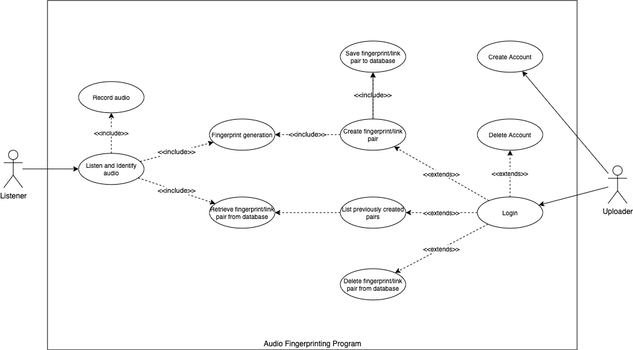
This is Diagrams/Use Case Diagram.png from gerald-lnj/audio-fingerprinting-fyp, a draw.io export, as it was before one commit. Source tidied: cells renumbered, new cells last; positions are measured from the earlier drawing's top-left corner, leaving out a move shared by most shapes.
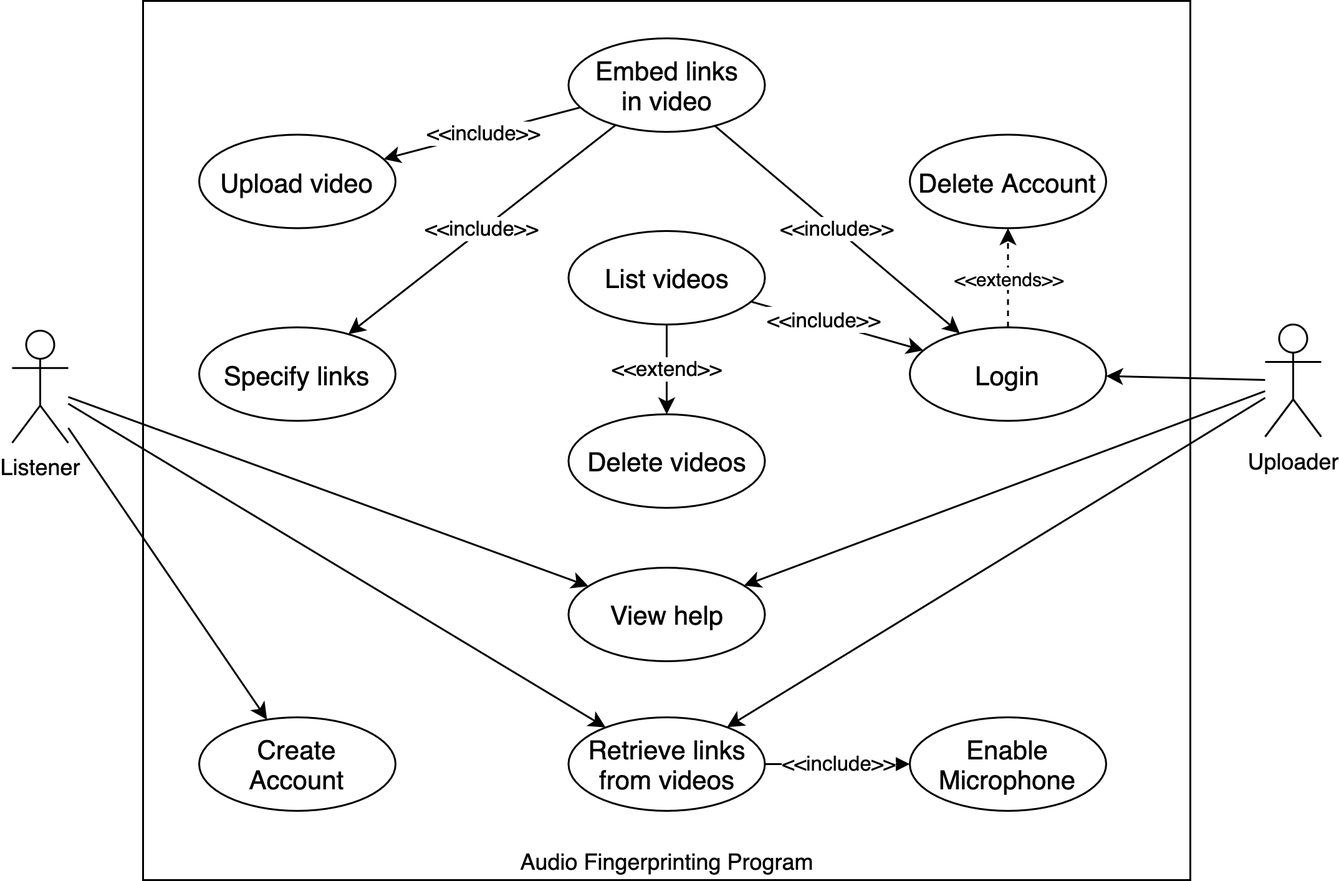
Above is the later version.

What changed in the source:
```diff
@@ -3,94 +3,91 @@
     <mxCell id="0" />
     <mxCell id="1" parent="0" />
     <mxCell id="2" value="Audio Fingerprinting Program" style="html=1;verticalAlign=bottom;" parent="1" vertex="1">
-      <mxGeometry x="69.7" y="0.3" width="850" height="560" as="geometry" />
+      <mxGeometry x="326" y="59" width="560" height="470" as="geometry" />
     </mxCell>
     <mxCell id="3" style="edgeStyle=none;rounded=0;jettySize=auto;html=1;" parent="1" edge="1" source="4" target="15">
       <mxGeometry relative="1" as="geometry" />
     </mxCell>
+    <mxCell id="32" style="edgeStyle=none;rounded=0;jettySize=auto;html=1;" parent="1" edge="1" source="4" target="46">
+      <mxGeometry relative="1" as="geometry" />
+    </mxCell>
+    <mxCell id="33" style="rounded=0;jettySize=auto;html=1;" parent="1" edge="1" source="4" target="20">
+      <mxGeometry relative="1" as="geometry" />
+    </mxCell>
-    <mxCell id="4" value="Listener" style="shape=umlActor;verticalLabelPosition=bottom;labelBackgroundColor=#ffffff;verticalAlign=top;html=1;" parent="1" vertex="1">
-      <mxGeometry x="-0.3" y="240.3" width="30" height="60" as="geometry" />
+    <mxCell id="4" value="Listener" style="shape=umlActor;verticalLabelPosition=bottom;labelBackgroundColor=none;verticalAlign=top;html=1;fillColor=#ffffff;" parent="1" vertex="1">
+      <mxGeometry x="256" y="235.3" width="30" height="60" as="geometry" />
     </mxCell>
-    <mxCell id="5" style="edgeStyle=none;rounded=0;jettySize=auto;html=1;" parent="1" edge="1" source="7" target="20">
-      <mxGeometry relative="1" as="geometry" />
-    </mxCell>
     <mxCell id="6" style="edgeStyle=none;rounded=0;jettySize=auto;html=1;fontSize=10;" parent="1" edge="1" source="7" target="31">
       <mxGeometry relative="1" as="geometry" />
     </mxCell>
+    <mxCell id="34" style="rounded=0;jettySize=auto;html=1;" parent="1" edge="1" source="7" target="15">
+      <mxGeometry relative="1" as="geometry" />
+    </mxCell>
+    <mxCell id="35" style="rounded=0;jettySize=auto;html=1;" parent="1" edge="1" source="7" target="46">
+      <mxGeometry relative="1" as="geometry" />
+    </mxCell>
-    <mxCell id="7" value="Uploader" style="shape=umlActor;verticalLabelPosition=bottom;labelBackgroundColor=#ffffff;verticalAlign=top;html=1;" parent="1" vertex="1">
-      <mxGeometry x="969.7" y="265.3" width="30" height="60" as="geometry" />
+    <mxCell id="7" value="Uploader" style="shape=umlActor;verticalLabelPosition=bottom;labelBackgroundColor=none;verticalAlign=top;html=1;fillColor=#ffffff;" parent="1" vertex="1">
+      <mxGeometry x="926" y="232" width="30" height="60" as="geometry" />
     </mxCell>
-    <mxCell id="8" value="&amp;lt;&amp;lt;include&amp;gt;&amp;gt;" style="edgeStyle=none;rounded=0;jettySize=auto;html=1;dashed=1;" parent="1" edge="1" source="10" target="16">
-      <mxGeometry relative="1" as="geometry" />
-    </mxCell>
-    <mxCell id="9" value="&amp;lt;&amp;lt;include&amp;gt;&amp;gt;" style="edgeStyle=none;rounded=0;jettySize=auto;html=1;dashed=1;" parent="1" edge="1" source="10" target="18">
-      <mxGeometry relative="1" as="geometry" />
-    </mxCell>
+    <mxCell id="36" value="&amp;lt;&amp;lt;include&amp;gt;&amp;gt;" style="edgeStyle=none;rounded=0;jettySize=auto;html=1;" parent="1" edge="1" source="10" target="31">
+      <mxGeometry relative="1" as="geometry" />
+    </mxCell>
+    <mxCell id="37" value="&amp;lt;&amp;lt;include&amp;gt;&amp;gt;" style="edgeStyle=none;rounded=0;jettySize=auto;html=1;" parent="1" edge="1" source="10" target="43">
+      <mxGeometry relative="1" as="geometry" />
+    </mxCell>
+    <mxCell id="38" value="&amp;lt;&amp;lt;include&amp;gt;&amp;gt;" style="edgeStyle=none;rounded=0;jettySize=auto;html=1;" parent="1" edge="1" source="10" target="44">
+      <mxGeometry relative="1" as="geometry" />
+    </mxCell>
-    <mxCell id="10" value="Create fingerprint/link pair" style="ellipse;whiteSpace=wrap;html=1;fontSize=10;" parent="1" vertex="1">
-      <mxGeometry x="539.7" y="190.3" width="105" height="50" as="geometry" />
+    <mxCell id="10" value="Embed links&lt;br style=&quot;font-size: 14px;&quot;&gt;in video" style="ellipse;whiteSpace=wrap;html=1;fontSize=14;" parent="1" vertex="1">
+      <mxGeometry x="553.5" y="79" width="105" height="50" as="geometry" />
     </mxCell>
-    <mxCell id="11" value="&amp;lt;&amp;lt;include&amp;gt;&amp;gt;" style="rounded=0;jettySize=auto;html=1;dashed=1;" parent="1" edge="1" source="15" target="16">
-      <mxGeometry relative="1" as="geometry" />
-    </mxCell>
-    <mxCell id="12" value="&amp;lt;&amp;lt;include&amp;gt;&amp;gt;" style="edgeStyle=none;rounded=0;jettySize=auto;html=1;dashed=1;" parent="1" edge="1" source="15" target="19">
-      <mxGeometry relative="1" as="geometry" />
-    </mxCell>
-    <mxCell id="13" value="&lt;span style=&quot;color: rgba(0 , 0 , 0 , 0) ; font-family: monospace ; font-size: 0px ; background-color: rgb(248 , 249 , 250)&quot;&gt;%3CmxGraphModel%3E%3Croot%3E%3CmxCell%20id%3D%220%22%2F%3E%3CmxCell%20id%3D%221%22%20parent%3D%220%22%2F%3E%3CmxCell%20id%3D%222%22%20value%3D%22Save%20metadata%20to%20database%22%20style%3D%22ellipse%3BwhiteSpace%3Dwrap%3Bhtml%3D1%3B%22%20vertex%3D%221%22%20parent%3D%221%22%3E%3CmxGeometry%20x%3D%22460%22%20y%3D%22190%22%20width%3D%22105%22%20height%3D%2250%22%20as%3D%22geometry%22%2F%3E%3C%2FmxCell%3E%3C%2Froot%3E%3C%2FmxGraphModel%3E&lt;/span&gt;&lt;span style=&quot;color: rgba(0 , 0 , 0 , 0) ; font-family: monospace ; font-size: 0px ; background-color: rgb(248 , 249 , 250)&quot;&gt;%3CmxGraphModel%3E%3Croot%3E%3CmxCell%20id%3D%220%22%2F%3E%3CmxCell%20id%3D%221%22%20parent%3D%220%22%2F%3E%3CmxCell%20id%3D%222%22%20value%3D%22Save%20metadata%20to%20database%22%20style%3D%22ellipse%3BwhiteSpace%3Dwrap%3Bhtml%3D1%3B%22%20vertex%3D%221%22%20parent%3D%221%22%3E%3CmxGeometry%20x%3D%22460%22%20y%3D%22190%22%20width%3D%22105%22%20height%3D%2250%22%20as%3D%22geometry%22%2F%3E%3C%2FmxCell%3E%3C%2Froot%3E%3C%2FmxGraphModel%3&lt;/span&gt;" style="text;html=1;align=center;verticalAlign=middle;labelBackgroundColor=#ffffff;" parent="12" vertex="1">
-      <mxGeometry x="-0.01" y="-1" relative="1" as="geometry" />
-    </mxCell>
-    <mxCell id="14" value="&amp;lt;&amp;lt;include&amp;gt;&amp;gt;" style="edgeStyle=none;rounded=0;jettySize=auto;html=1;fontSize=10;dashed=1;" parent="1" edge="1" source="15" target="23">
-      <mxGeometry relative="1" as="geometry" />
-    </mxCell>
+    <mxCell id="39" value="&amp;lt;&amp;lt;include&amp;gt;&amp;gt;" style="edgeStyle=none;rounded=0;jettySize=auto;html=1;" parent="1" edge="1" source="15" target="45">
+      <mxGeometry relative="1" as="geometry" />
+    </mxCell>
-    <mxCell id="15" value="Listen and Identify audio" style="ellipse;whiteSpace=wrap;html=1;fontSize=10;" parent="1" vertex="1">
-      <mxGeometry x="119.7" y="245.3" width="105" height="50" as="geometry" />
+    <mxCell id="15" value="Retrieve links&lt;br style=&quot;font-size: 14px;&quot;&gt;from videos" style="ellipse;whiteSpace=wrap;html=1;fontSize=14;" parent="1" vertex="1">
+      <mxGeometry x="553.5" y="442" width="105" height="50" as="geometry" />
     </mxCell>
-    <mxCell id="16" value="Fingerprint generation" style="ellipse;whiteSpace=wrap;html=1;fontSize=10;" parent="1" vertex="1">
-      <mxGeometry x="329.7" y="190.3" width="105" height="50" as="geometry" />
-    </mxCell>
-    <mxCell id="17" style="edgeStyle=orthogonalEdgeStyle;rounded=0;jettySize=auto;html=1;startArrow=classic;startFill=1;endArrow=none;endFill=0;" parent="1" edge="1" source="18" target="10">
-      <mxGeometry relative="1" as="geometry" />
-    </mxCell>
-    <mxCell id="18" value="Save fingerprint/link pair to database" style="ellipse;whiteSpace=wrap;html=1;fontSize=10;" parent="1" vertex="1">
-      <mxGeometry x="539.7" y="65.3" width="105" height="50" as="geometry" />
-    </mxCell>
-    <mxCell id="19" value="Retrieve fingerprint/link pair&amp;nbsp;from database" style="ellipse;whiteSpace=wrap;html=1;fontSize=10;" parent="1" vertex="1">
-      <mxGeometry x="329.7" y="315.3" width="105" height="50" as="geometry" />
-    </mxCell>
-    <mxCell id="20" value="Create Account" style="ellipse;whiteSpace=wrap;html=1;fontSize=10;" parent="1" vertex="1">
-      <mxGeometry x="759.7" y="65.3" width="105" height="50" as="geometry" />
-    </mxCell>
-    <mxCell id="21" value="Delete Account" style="ellipse;whiteSpace=wrap;html=1;fontSize=10;" parent="1" vertex="1">
-      <mxGeometry x="759.7" y="190.3" width="105" height="50" as="geometry" />
+    <mxCell id="21" value="Delete Account" style="ellipse;whiteSpace=wrap;html=1;fontSize=14;" parent="1" vertex="1">
+      <mxGeometry x="736" y="130.5" width="105" height="50" as="geometry" />
     </mxCell>
-    <mxCell id="22" value="Delete fingerprint/link pair from database" style="ellipse;whiteSpace=wrap;html=1;fontSize=10;" parent="1" vertex="1">
-      <mxGeometry x="539.7" y="430.3" width="105" height="50" as="geometry" />
+    <mxCell id="22" value="Delete videos" style="ellipse;whiteSpace=wrap;html=1;fontSize=14;" parent="1" vertex="1">
+      <mxGeometry x="553.5" y="280" width="105" height="50" as="geometry" />
     </mxCell>
-    <mxCell id="23" value="Record audio" style="ellipse;whiteSpace=wrap;html=1;fontSize=10;" parent="1" vertex="1">
-      <mxGeometry x="119.7" y="130.3" width="105" height="50" as="geometry" />
-    </mxCell>
     <mxCell id="24" style="edgeStyle=none;rounded=0;orthogonalLoop=1;jettySize=auto;html=1;exitX=0.5;exitY=0;exitDx=0;exitDy=0;dashed=1;fontSize=10;" parent="1" edge="1" source="21" target="21">
       <mxGeometry relative="1" as="geometry" />
     </mxCell>
-    <mxCell id="25" style="edgeStyle=none;rounded=0;jettySize=auto;html=1;dashed=1;fontSize=10;" parent="1" edge="1" source="26" target="19">
-      <mxGeometry relative="1" as="geometry" />
-    </mxCell>
+    <mxCell id="40" style="edgeStyle=none;rounded=0;jettySize=auto;html=1;exitX=0.5;exitY=0.5;exitDx=0;exitDy=0;exitPerimeter=0;" parent="1" edge="1" source="26" target="31">
+      <mxGeometry relative="1" as="geometry" />
+    </mxCell>
+    <mxCell id="41" value="&lt;span style=&quot;font-size: 11px&quot;&gt;&amp;lt;&amp;lt;include&amp;gt;&amp;gt;&lt;/span&gt;" style="text;html=1;align=center;verticalAlign=middle;labelBackgroundColor=#ffffff;" parent="40" vertex="1">
+      <mxGeometry x="0.2" y="2" relative="1" as="geometry" />
+    </mxCell>
+    <mxCell id="42" value="&amp;lt;&amp;lt;extend&amp;gt;&amp;gt;" style="edgeStyle=none;rounded=0;jettySize=auto;html=1;" parent="1" edge="1" source="26" target="22">
+      <mxGeometry relative="1" as="geometry" />
+    </mxCell>
-    <mxCell id="26" value="List previously created pairs" style="ellipse;whiteSpace=wrap;html=1;fontSize=10;" parent="1" vertex="1">
-      <mxGeometry x="539.7" y="315.3" width="105" height="50" as="geometry" />
+    <mxCell id="26" value="List videos" style="ellipse;whiteSpace=wrap;html=1;fontSize=14;" parent="1" vertex="1">
+      <mxGeometry x="553.5" y="182" width="105" height="50" as="geometry" />
     </mxCell>
     <mxCell id="27" value="&amp;lt;&amp;lt;extends&amp;gt;&amp;gt;" style="edgeStyle=none;rounded=0;jettySize=auto;html=1;fontSize=10;dashed=1;" parent="1" edge="1" source="31" target="21">
       <mxGeometry relative="1" as="geometry" />
     </mxCell>
-    <mxCell id="28" value="&amp;lt;&amp;lt;extends&amp;gt;&amp;gt;" style="edgeStyle=none;rounded=0;jettySize=auto;html=1;dashed=1;fontSize=10;" parent="1" edge="1" source="31" target="10">
-      <mxGeometry relative="1" as="geometry" />
-    </mxCell>
-    <mxCell id="29" value="&amp;lt;&amp;lt;extends&amp;gt;&amp;gt;" style="edgeStyle=none;rounded=0;jettySize=auto;html=1;dashed=1;fontSize=10;" parent="1" edge="1" source="31" target="26">
-      <mxGeometry relative="1" as="geometry" />
-    </mxCell>
-    <mxCell id="30" value="&amp;lt;&amp;lt;extends&amp;gt;&amp;gt;" style="edgeStyle=none;rounded=0;jettySize=auto;html=1;dashed=1;fontSize=10;" parent="1" edge="1" source="31" target="22">
-      <mxGeometry relative="1" as="geometry" />
-    </mxCell>
-    <mxCell id="31" value="Login" style="ellipse;whiteSpace=wrap;html=1;fontSize=10;" parent="1" vertex="1">
-      <mxGeometry x="759.7" y="315.3" width="105" height="50" as="geometry" />
+    <mxCell id="31" value="Login" style="ellipse;whiteSpace=wrap;html=1;fontSize=14;" parent="1" vertex="1">
+      <mxGeometry x="736" y="233.5" width="105" height="50" as="geometry" />
     </mxCell>
+    <mxCell id="43" value="Upload video" style="ellipse;whiteSpace=wrap;html=1;fontSize=14;" parent="1" vertex="1">
+      <mxGeometry x="356" y="130.5" width="105" height="50" as="geometry" />
+    </mxCell>
+    <mxCell id="44" value="Specify links" style="ellipse;whiteSpace=wrap;html=1;fontSize=14;" parent="1" vertex="1">
+      <mxGeometry x="356" y="233.5" width="105" height="50" as="geometry" />
+    </mxCell>
+    <mxCell id="45" value="Enable&lt;br style=&quot;font-size: 14px;&quot;&gt;Microphone" style="ellipse;whiteSpace=wrap;html=1;fontSize=14;" parent="1" vertex="1">
+      <mxGeometry x="736" y="442" width="105" height="50" as="geometry" />
+    </mxCell>
+    <mxCell id="46" value="View help" style="ellipse;whiteSpace=wrap;html=1;fontSize=14;" parent="1" vertex="1">
+      <mxGeometry x="553.5" y="362" width="105" height="50" as="geometry" />
+    </mxCell>
+    <mxCell id="20" value="Create&lt;br&gt;Account" style="ellipse;whiteSpace=wrap;html=1;fontSize=14;" parent="1" vertex="1">
+      <mxGeometry x="356" y="442" width="105" height="50" as="geometry" />
+    </mxCell>
   </root>
 </mxGraphModel>
```
